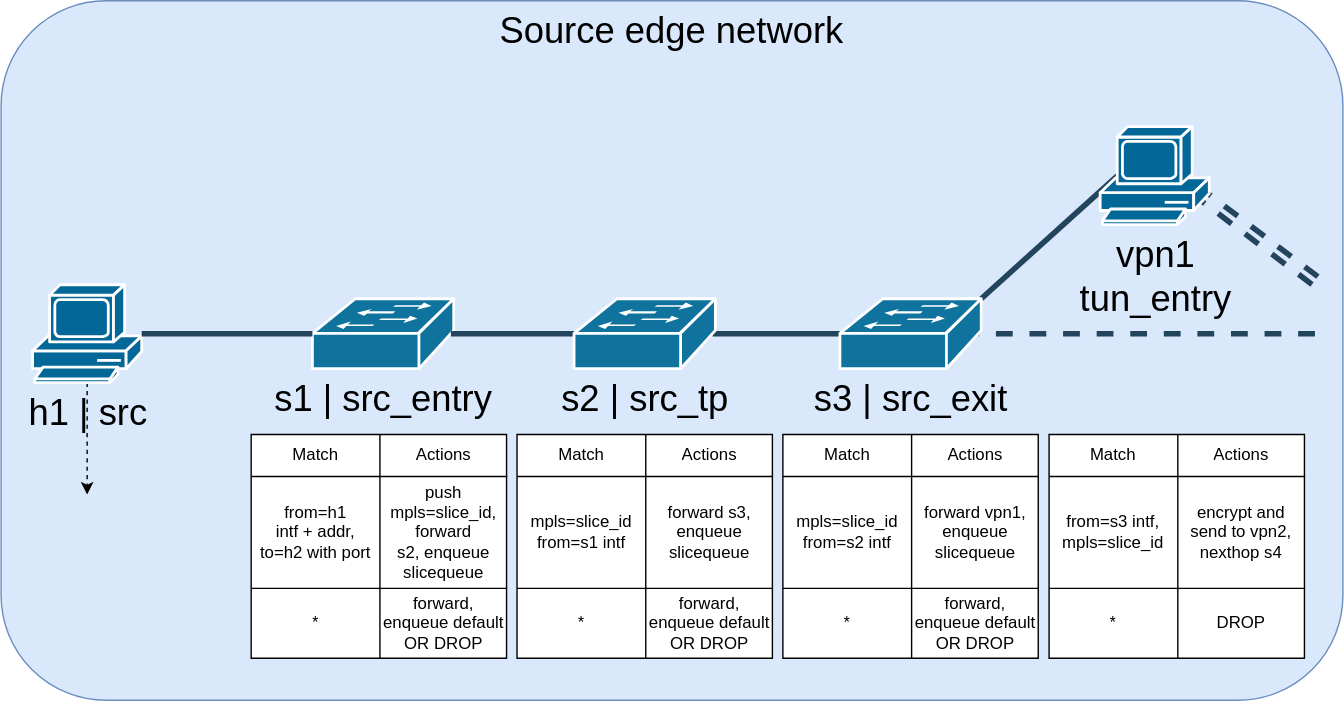
FriwiDev/thesis keeps this draw.io diagram as diagrams/chapter_6/routing_source.svg. Above is the earlier version. Source tidied: cells renumbered, new cells last; positions are measured from the earlier drawing's top-left corner, leaving out a move shared by most shapes.
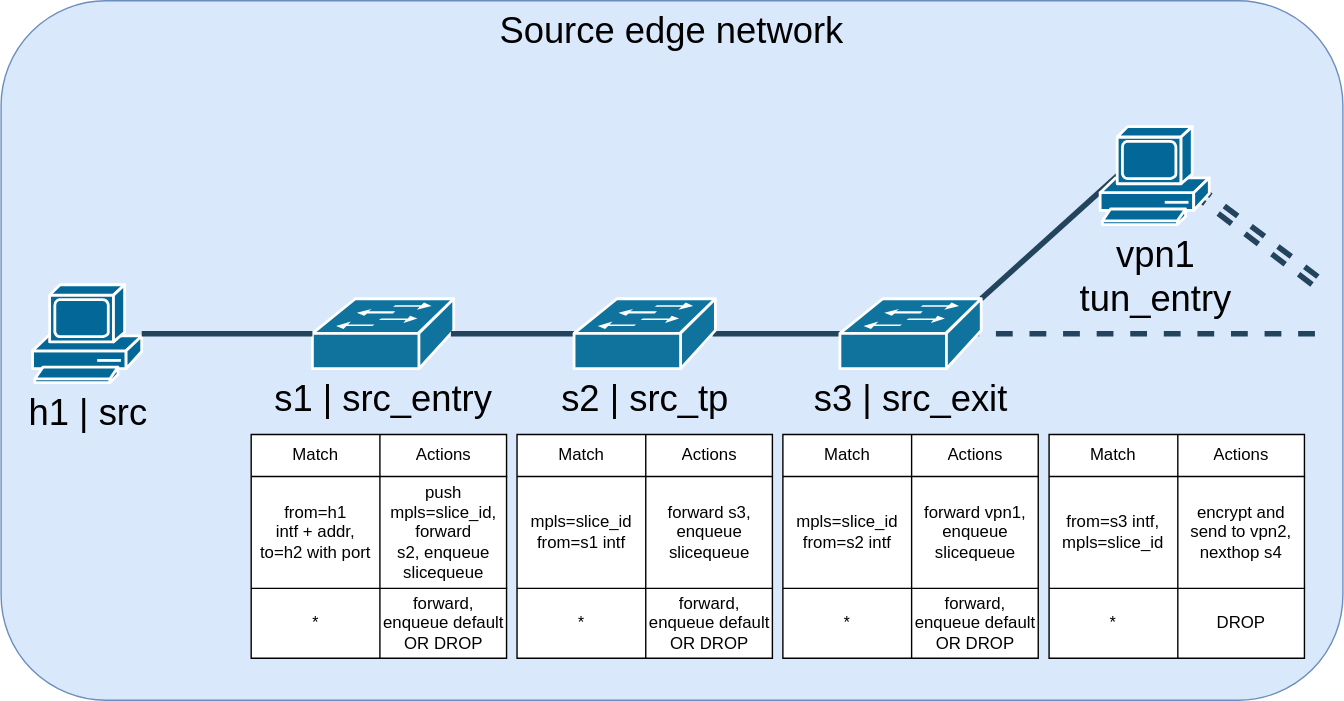
The same file after the commit.

What changed in the source:
```diff
@@ -29,11 +29,6 @@
         <mxPoint x="939" y="200" as="sourcePoint" />
       </mxGeometry>
     </mxCell>
-    <mxCell id="9" style="edgeStyle=orthogonalEdgeStyle;rounded=0;jettySize=auto;html=1;dashed=1;" parent="1" edge="1" source="10">
-      <mxGeometry relative="1" as="geometry">
-        <mxPoint x="61.5" y="353" as="targetPoint" />
-      </mxGeometry>
-    </mxCell>
     <mxCell id="10" value="h1 | src" style="shape=mxgraph.cisco.computers_and_peripherals.pc;sketch=0;html=1;dashed=0;fillColor=#036897;strokeColor=#ffffff;strokeWidth=2;verticalLabelPosition=bottom;verticalAlign=top;align=center;outlineConnect=0;fontColor=#000000;fontSize=26;" parent="1" vertex="1">
       <mxGeometry x="22.5" y="203" width="78" height="70" as="geometry" />
     </mxCell>
```
